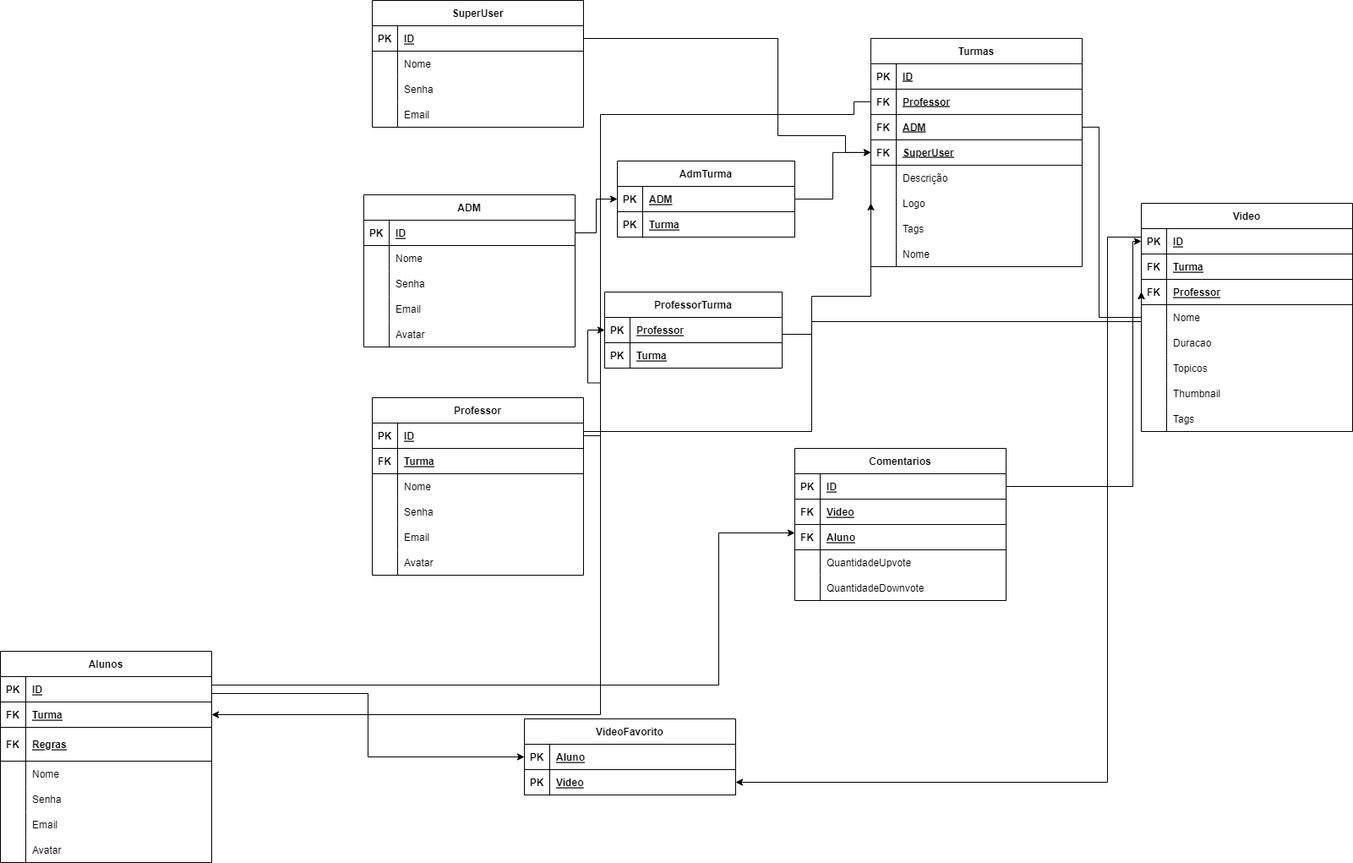
monialodo/raro-tube keeps this draw.io diagram as ProjetoFinalRaro.drawio.png. Above is the earlier version. Source tidied: cells renumbered, new cells last; positions are measured from the earlier drawing's top-left corner, leaving out a move shared by most shapes.
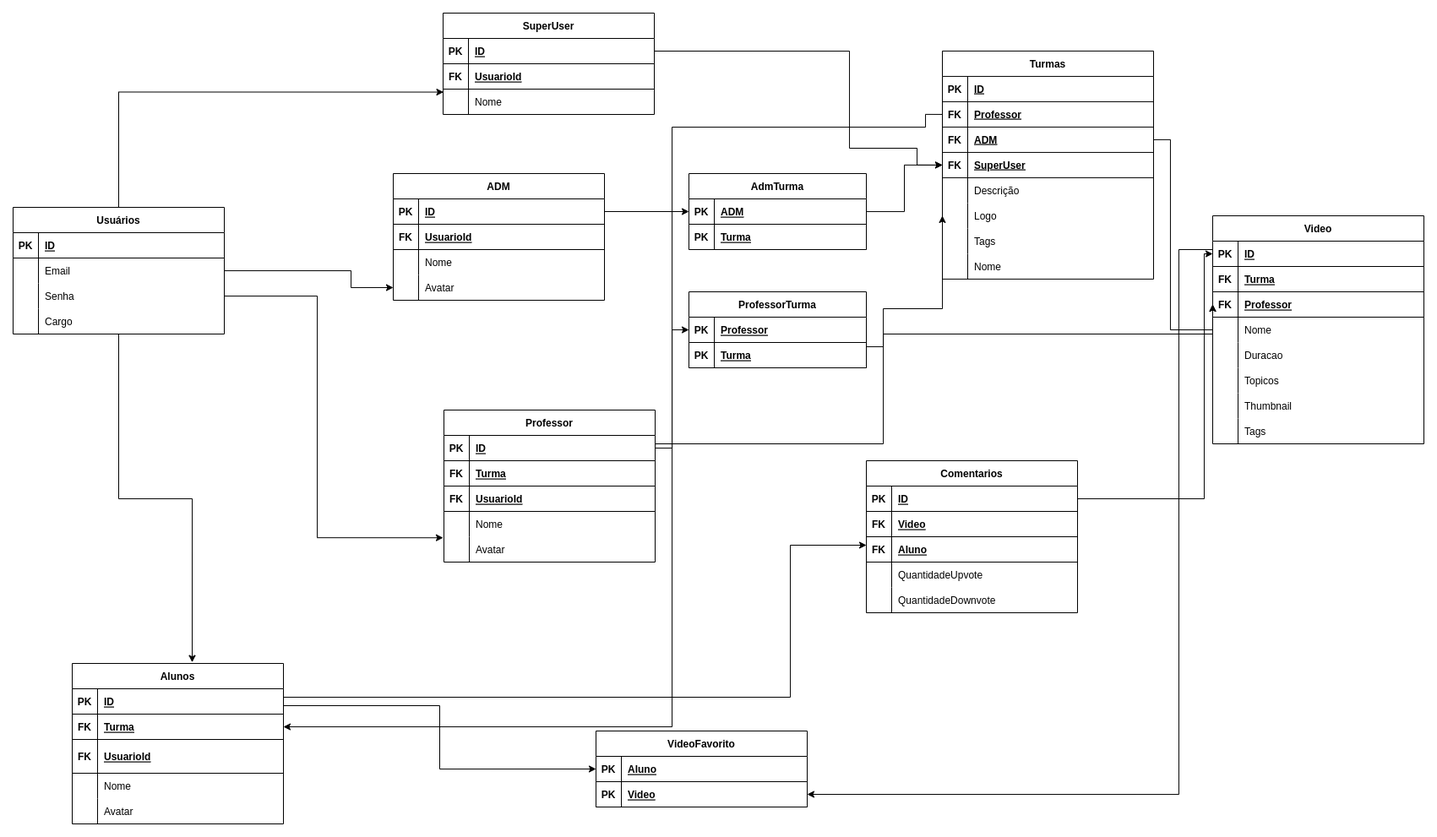
The same file after the commit.

Commit message:
Updating database diagram

The edit, as a diff of the source:
```diff
@@ -5,3 +5,3 @@
     <mxCell id="2" value="Alunos" style="shape=table;startSize=30;rowLines=0;fontStyle=1;align=center;" parent="1" vertex="1">
-      <mxGeometry y="770" width="250" height="250" as="geometry" />
+      <mxGeometry y="770" width="250" height="190" as="geometry" />
     </mxCell>
@@ -31,3 +31,3 @@
     </mxCell>
-    <mxCell id="11" value="Regras" style="shape=partialRectangle;overflow=hidden;fillColor=none;top=0;left=0;bottom=0;right=0;align=left;spacingLeft=6;fontStyle=5;" parent="9" vertex="1">
+    <mxCell id="11" value="UsuarioId" style="shape=partialRectangle;overflow=hidden;fillColor=none;top=0;left=0;bottom=0;right=0;align=left;spacingLeft=6;fontStyle=5;" parent="9" vertex="1">
       <mxGeometry x="30" width="220" height="40" as="geometry" />
@@ -43,22 +43,4 @@
     </mxCell>
-    <mxCell id="15" style="shape=partialRectangle;fillColor=none;top=0;left=0;right=0;bottom=0;" parent="2" vertex="1">
-      <mxGeometry y="160" width="250" height="30" as="geometry" />
-    </mxCell>
-    <mxCell id="16" style="shape=partialRectangle;overflow=hidden;fillColor=none;top=0;left=0;bottom=0;right=0;" parent="15" vertex="1">
-      <mxGeometry width="30" height="30" as="geometry" />
-    </mxCell>
-    <mxCell id="17" value="Senha" style="shape=partialRectangle;overflow=hidden;fillColor=none;top=0;left=0;bottom=0;right=0;align=left;spacingLeft=6;" parent="15" vertex="1">
-      <mxGeometry x="30" width="220" height="30" as="geometry" />
-    </mxCell>
-    <mxCell id="18" style="shape=partialRectangle;fillColor=none;top=0;left=0;right=0;bottom=0;" parent="2" vertex="1">
-      <mxGeometry y="190" width="250" height="30" as="geometry" />
-    </mxCell>
-    <mxCell id="19" style="shape=partialRectangle;overflow=hidden;fillColor=none;top=0;left=0;bottom=0;right=0;" parent="18" vertex="1">
-      <mxGeometry width="30" height="30" as="geometry" />
-    </mxCell>
-    <mxCell id="20" value="Email" style="shape=partialRectangle;overflow=hidden;fillColor=none;top=0;left=0;bottom=0;right=0;align=left;spacingLeft=6;" parent="18" vertex="1">
-      <mxGeometry x="30" width="220" height="30" as="geometry" />
-    </mxCell>
     <mxCell id="21" style="shape=partialRectangle;fillColor=none;top=0;left=0;right=0;bottom=0;" parent="2" vertex="1">
-      <mxGeometry y="220" width="250" height="30" as="geometry" />
+      <mxGeometry y="160" width="250" height="30" as="geometry" />
     </mxCell>
@@ -71,3 +53,3 @@
     <mxCell id="24" value="Professor" style="shape=table;startSize=30;rowLines=0;fontStyle=1;align=center;" parent="1" vertex="1">
-      <mxGeometry x="440" y="470" width="250" height="210" as="geometry" />
+      <mxGeometry x="440" y="470" width="250" height="180" as="geometry" />
     </mxCell>
@@ -91,4 +73,13 @@
     </mxCell>
+    <mxCell id="171" style="shape=partialRectangle;fillColor=none;top=0;left=0;right=0;bottom=1;" parent="24" vertex="1">
+      <mxGeometry y="90" width="250" height="30" as="geometry" />
+    </mxCell>
+    <mxCell id="172" value="FK" style="shape=partialRectangle;overflow=hidden;fillColor=none;top=0;left=0;bottom=0;right=0;fontStyle=1;" parent="171" vertex="1">
+      <mxGeometry width="30" height="30" as="geometry" />
+    </mxCell>
+    <mxCell id="173" value="UsuarioId" style="shape=partialRectangle;overflow=hidden;fillColor=none;top=0;left=0;bottom=0;right=0;align=left;spacingLeft=6;fontStyle=5;" parent="171" vertex="1">
+      <mxGeometry x="30" width="220" height="30" as="geometry" />
+    </mxCell>
     <mxCell id="31" style="shape=partialRectangle;fillColor=none;top=0;left=0;right=0;bottom=0;" parent="24" vertex="1">
-      <mxGeometry y="90" width="250" height="30" as="geometry" />
+      <mxGeometry y="120" width="250" height="30" as="geometry" />
     </mxCell>
@@ -100,22 +91,4 @@
     </mxCell>
-    <mxCell id="34" style="shape=partialRectangle;fillColor=none;top=0;left=0;right=0;bottom=0;" parent="24" vertex="1">
-      <mxGeometry y="120" width="250" height="30" as="geometry" />
-    </mxCell>
-    <mxCell id="35" style="shape=partialRectangle;overflow=hidden;fillColor=none;top=0;left=0;bottom=0;right=0;" parent="34" vertex="1">
-      <mxGeometry width="30" height="30" as="geometry" />
-    </mxCell>
-    <mxCell id="36" value="Senha" style="shape=partialRectangle;overflow=hidden;fillColor=none;top=0;left=0;bottom=0;right=0;align=left;spacingLeft=6;" parent="34" vertex="1">
-      <mxGeometry x="30" width="220" height="30" as="geometry" />
-    </mxCell>
-    <mxCell id="37" style="shape=partialRectangle;fillColor=none;top=0;left=0;right=0;bottom=0;" parent="24" vertex="1">
-      <mxGeometry y="150" width="250" height="30" as="geometry" />
-    </mxCell>
-    <mxCell id="38" style="shape=partialRectangle;overflow=hidden;fillColor=none;top=0;left=0;bottom=0;right=0;" parent="37" vertex="1">
-      <mxGeometry width="30" height="30" as="geometry" />
-    </mxCell>
-    <mxCell id="39" value="Email" style="shape=partialRectangle;overflow=hidden;fillColor=none;top=0;left=0;bottom=0;right=0;align=left;spacingLeft=6;" parent="37" vertex="1">
-      <mxGeometry x="30" width="220" height="30" as="geometry" />
-    </mxCell>
     <mxCell id="40" style="shape=partialRectangle;fillColor=none;top=0;left=0;right=0;bottom=0;" parent="24" vertex="1">
-      <mxGeometry y="180" width="250" height="30" as="geometry" />
+      <mxGeometry y="150" width="250" height="30" as="geometry" />
     </mxCell>
@@ -128,3 +101,3 @@
     <mxCell id="43" value="ADM" style="shape=table;startSize=30;rowLines=0;fontStyle=1;align=center;" parent="1" vertex="1">
-      <mxGeometry x="430" y="230" width="250" height="180" as="geometry" />
+      <mxGeometry x="380" y="190" width="250" height="150" as="geometry" />
     </mxCell>
@@ -139,4 +112,13 @@
     </mxCell>
+    <mxCell id="174" style="shape=partialRectangle;fillColor=none;top=0;left=0;right=0;bottom=1;" parent="43" vertex="1">
+      <mxGeometry y="60" width="250" height="30" as="geometry" />
+    </mxCell>
+    <mxCell id="175" value="FK" style="shape=partialRectangle;overflow=hidden;fillColor=none;top=0;left=0;bottom=0;right=0;fontStyle=1;" parent="174" vertex="1">
+      <mxGeometry width="30" height="30" as="geometry" />
+    </mxCell>
+    <mxCell id="176" value="UsuarioId" style="shape=partialRectangle;overflow=hidden;fillColor=none;top=0;left=0;bottom=0;right=0;align=left;spacingLeft=6;fontStyle=5;" parent="174" vertex="1">
+      <mxGeometry x="30" width="220" height="30" as="geometry" />
+    </mxCell>
     <mxCell id="47" style="shape=partialRectangle;fillColor=none;top=0;left=0;right=0;bottom=0;" parent="43" vertex="1">
-      <mxGeometry y="60" width="250" height="30" as="geometry" />
+      <mxGeometry y="90" width="250" height="30" as="geometry" />
     </mxCell>
@@ -148,22 +130,4 @@
     </mxCell>
-    <mxCell id="50" style="shape=partialRectangle;fillColor=none;top=0;left=0;right=0;bottom=0;" parent="43" vertex="1">
-      <mxGeometry y="90" width="250" height="30" as="geometry" />
-    </mxCell>
-    <mxCell id="51" style="shape=partialRectangle;overflow=hidden;fillColor=none;top=0;left=0;bottom=0;right=0;" parent="50" vertex="1">
-      <mxGeometry width="30" height="30" as="geometry" />
-    </mxCell>
-    <mxCell id="52" value="Senha" style="shape=partialRectangle;overflow=hidden;fillColor=none;top=0;left=0;bottom=0;right=0;align=left;spacingLeft=6;" parent="50" vertex="1">
-      <mxGeometry x="30" width="220" height="30" as="geometry" />
-    </mxCell>
-    <mxCell id="53" style="shape=partialRectangle;fillColor=none;top=0;left=0;right=0;bottom=0;" parent="43" vertex="1">
-      <mxGeometry y="120" width="250" height="30" as="geometry" />
-    </mxCell>
-    <mxCell id="54" style="shape=partialRectangle;overflow=hidden;fillColor=none;top=0;left=0;bottom=0;right=0;" parent="53" vertex="1">
-      <mxGeometry width="30" height="30" as="geometry" />
-    </mxCell>
-    <mxCell id="55" value="Email" style="shape=partialRectangle;overflow=hidden;fillColor=none;top=0;left=0;bottom=0;right=0;align=left;spacingLeft=6;" parent="53" vertex="1">
-      <mxGeometry x="30" width="220" height="30" as="geometry" />
-    </mxCell>
     <mxCell id="56" style="shape=partialRectangle;fillColor=none;top=0;left=0;right=0;bottom=0;" parent="43" vertex="1">
-      <mxGeometry y="150" width="250" height="30" as="geometry" />
+      <mxGeometry y="120" width="250" height="30" as="geometry" />
     </mxCell>
@@ -176,3 +140,3 @@
     <mxCell id="59" value="SuperUser" style="shape=table;startSize=30;rowLines=0;fontStyle=1;align=center;" parent="1" vertex="1">
-      <mxGeometry x="440" width="250" height="150" as="geometry" />
+      <mxGeometry x="439" width="250" height="120" as="geometry" />
     </mxCell>
@@ -187,4 +151,13 @@
     </mxCell>
+    <mxCell id="177" style="shape=partialRectangle;fillColor=none;top=0;left=0;right=0;bottom=1;" parent="59" vertex="1">
+      <mxGeometry y="60" width="250" height="30" as="geometry" />
+    </mxCell>
+    <mxCell id="178" value="FK" style="shape=partialRectangle;overflow=hidden;fillColor=none;top=0;left=0;bottom=0;right=0;fontStyle=1;" parent="177" vertex="1">
+      <mxGeometry width="30" height="30" as="geometry" />
+    </mxCell>
+    <mxCell id="179" value="UsuarioId" style="shape=partialRectangle;overflow=hidden;fillColor=none;top=0;left=0;bottom=0;right=0;align=left;spacingLeft=6;fontStyle=5;" parent="177" vertex="1">
+      <mxGeometry x="30" width="220" height="30" as="geometry" />
+    </mxCell>
     <mxCell id="63" style="shape=partialRectangle;fillColor=none;points=[[0,0.5],[1,0.5]];portConstraint=eastwest;top=0;left=0;right=0;bottom=0;" parent="59" vertex="1">
-      <mxGeometry y="60" width="250" height="30" as="geometry" />
+      <mxGeometry y="90" width="250" height="30" as="geometry" />
     </mxCell>
@@ -196,20 +169,2 @@
     </mxCell>
-    <mxCell id="66" style="shape=partialRectangle;fillColor=none;top=0;left=0;right=0;bottom=0;" parent="59" vertex="1">
-      <mxGeometry y="90" width="250" height="30" as="geometry" />
-    </mxCell>
-    <mxCell id="67" style="shape=partialRectangle;overflow=hidden;fillColor=none;top=0;left=0;bottom=0;right=0;" parent="66" vertex="1">
-      <mxGeometry width="30" height="30" as="geometry" />
-    </mxCell>
-    <mxCell id="68" value="Senha" style="shape=partialRectangle;overflow=hidden;fillColor=none;top=0;left=0;bottom=0;right=0;align=left;spacingLeft=6;" parent="66" vertex="1">
-      <mxGeometry x="30" width="220" height="30" as="geometry" />
-    </mxCell>
-    <mxCell id="69" style="shape=partialRectangle;fillColor=none;top=0;left=0;right=0;bottom=0;" parent="59" vertex="1">
-      <mxGeometry y="120" width="250" height="30" as="geometry" />
-    </mxCell>
-    <mxCell id="70" style="shape=partialRectangle;overflow=hidden;fillColor=none;top=0;left=0;bottom=0;right=0;" parent="69" vertex="1">
-      <mxGeometry width="30" height="30" as="geometry" />
-    </mxCell>
-    <mxCell id="71" value="Email" style="shape=partialRectangle;overflow=hidden;fillColor=none;top=0;left=0;bottom=0;right=0;align=left;spacingLeft=6;" parent="69" vertex="1">
-      <mxGeometry x="30" width="220" height="30" as="geometry" />
-    </mxCell>
     <mxCell id="72" value="Video" style="shape=table;startSize=30;rowLines=0;fontStyle=1;align=center;" parent="1" vertex="1">
@@ -497,3 +452,3 @@
     <mxCell id="153" value="ProfessorTurma" style="shape=table;startSize=30;rowLines=0;fontStyle=1;align=center;" parent="1" vertex="1">
-      <mxGeometry x="715" y="345" width="210" height="90" as="geometry" />
+      <mxGeometry x="730" y="330" width="210" height="90" as="geometry" />
     </mxCell>
@@ -568,2 +523,65 @@
     </mxCell>
+    <mxCell id="180" style="edgeStyle=orthogonalEdgeStyle;rounded=0;jettySize=auto;html=1;entryX=0.002;entryY=0.118;entryDx=0;entryDy=0;entryPerimeter=0;" parent="1" edge="1" source="182" target="63">
+      <mxGeometry relative="1" as="geometry" />
+    </mxCell>
+    <mxCell id="181" style="edgeStyle=orthogonalEdgeStyle;rounded=0;jettySize=auto;html=1;entryX=0.568;entryY=-0.007;entryDx=0;entryDy=0;entryPerimeter=0;" parent="1" edge="1" source="182" target="2">
+      <mxGeometry relative="1" as="geometry" />
+    </mxCell>
+    <mxCell id="182" value="Usuários" style="shape=table;startSize=30;rowLines=0;fontStyle=1;align=center;" parent="1" vertex="1">
+      <mxGeometry x="-70" y="230" width="250" height="150" as="geometry" />
+    </mxCell>
+    <mxCell id="183" style="shape=partialRectangle;fillColor=none;top=0;left=0;right=0;bottom=1;" parent="182" vertex="1">
+      <mxGeometry y="30" width="250" height="30" as="geometry" />
+    </mxCell>
+    <mxCell id="184" value="PK" style="shape=partialRectangle;overflow=hidden;fillColor=none;top=0;left=0;bottom=0;right=0;fontStyle=1;" parent="183" vertex="1">
+      <mxGeometry width="30" height="30" as="geometry" />
+    </mxCell>
+    <mxCell id="185" value="ID" style="shape=partialRectangle;overflow=hidden;fillColor=none;top=0;left=0;bottom=0;right=0;align=left;spacingLeft=6;fontStyle=5;" parent="183" vertex="1">
+      <mxGeometry x="30" width="220" height="30" as="geometry" />
+    </mxCell>
+    <mxCell id="186" style="shape=partialRectangle;fillColor=none;points=[[0,0.5],[1,0.5]];portConstraint=eastwest;top=0;left=0;right=0;bottom=0;" parent="182" vertex="1">
+      <mxGeometry y="60" width="250" height="30" as="geometry" />
+    </mxCell>
+    <mxCell id="187" style="shape=partialRectangle;overflow=hidden;fillColor=none;top=0;left=0;bottom=0;right=0;" parent="186" vertex="1">
+      <mxGeometry width="30" height="30" as="geometry" />
+    </mxCell>
+    <mxCell id="188" value="Email" style="shape=partialRectangle;overflow=hidden;fillColor=none;top=0;left=0;bottom=0;right=0;align=left;spacingLeft=6;" parent="186" vertex="1">
+      <mxGeometry x="30" width="220" height="30" as="geometry" />
+    </mxCell>
+    <mxCell id="189" style="shape=partialRectangle;fillColor=none;points=[[0,0.5],[1,0.5]];portConstraint=eastwest;top=0;left=0;right=0;bottom=0;" parent="182" vertex="1">
+      <mxGeometry y="90" width="250" height="30" as="geometry" />
+    </mxCell>
+    <mxCell id="190" style="shape=partialRectangle;overflow=hidden;fillColor=none;top=0;left=0;bottom=0;right=0;" parent="189" vertex="1">
+      <mxGeometry width="30" height="30" as="geometry" />
+    </mxCell>
+    <mxCell id="191" value="Senha" style="shape=partialRectangle;overflow=hidden;fillColor=none;top=0;left=0;bottom=0;right=0;align=left;spacingLeft=6;" parent="189" vertex="1">
+      <mxGeometry x="30" width="220" height="30" as="geometry" />
+    </mxCell>
+    <mxCell id="192" style="shape=partialRectangle;fillColor=none;top=0;left=0;right=0;bottom=0;" parent="182" vertex="1">
+      <mxGeometry y="120" width="250" height="30" as="geometry" />
+    </mxCell>
+    <mxCell id="193" style="shape=partialRectangle;overflow=hidden;fillColor=none;top=0;left=0;bottom=0;right=0;" parent="192" vertex="1">
+      <mxGeometry width="30" height="30" as="geometry" />
+    </mxCell>
+    <mxCell id="194" value="Cargo" style="shape=partialRectangle;overflow=hidden;fillColor=none;top=0;left=0;bottom=0;right=0;align=left;spacingLeft=6;" parent="192" vertex="1">
+      <mxGeometry x="30" width="220" height="30" as="geometry" />
+    </mxCell>
+    <mxCell id="195" style="edgeStyle=orthogonalEdgeStyle;rounded=0;jettySize=auto;html=1;entryX=0;entryY=0.5;entryDx=0;entryDy=0;" parent="1" edge="1" source="186">
+      <mxGeometry relative="1" as="geometry">
+        <mxPoint x="380" y="325" as="targetPoint" />
+        <Array as="points">
+          <mxPoint x="330" y="305" />
+          <mxPoint x="330" y="325" />
+        </Array>
+      </mxGeometry>
+    </mxCell>
+    <mxCell id="196" style="edgeStyle=orthogonalEdgeStyle;rounded=0;jettySize=auto;html=1;entryX=-0.004;entryY=0.041;entryDx=0;entryDy=0;entryPerimeter=0;" parent="1" edge="1" source="189">
+      <mxGeometry relative="1" as="geometry">
+        <mxPoint x="439" y="621.2" as="targetPoint" />
+        <Array as="points">
+          <mxPoint x="290" y="335" />
+          <mxPoint x="290" y="621" />
+        </Array>
+      </mxGeometry>
+    </mxCell>
   </root>
```
